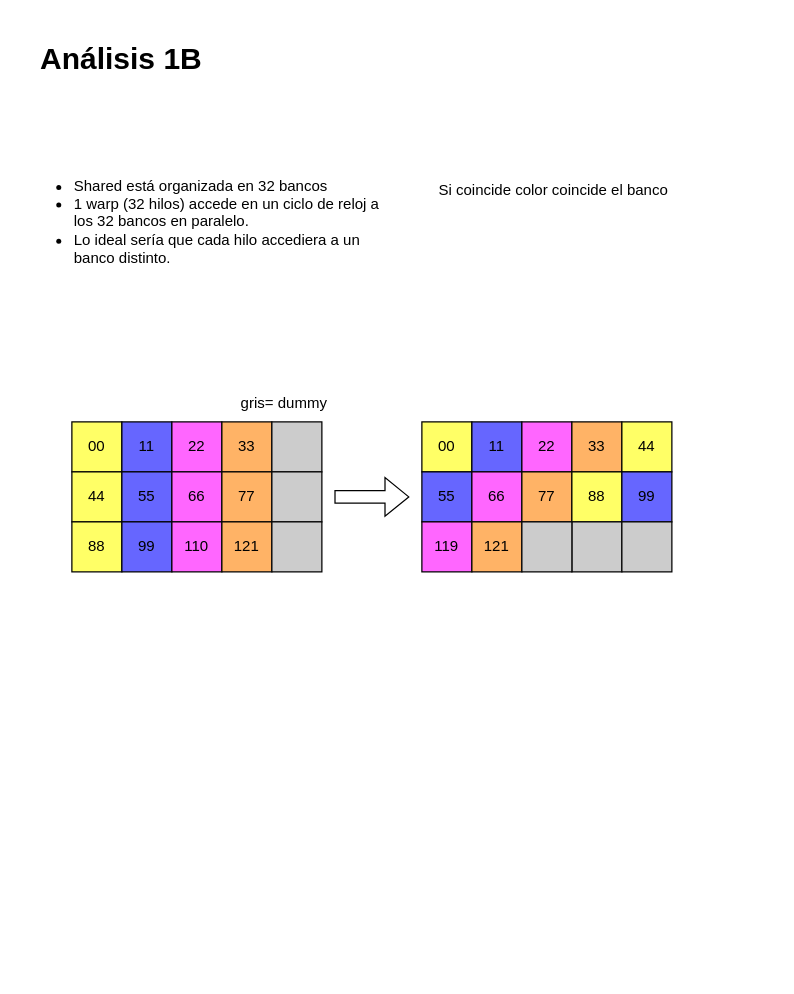
Above: practico4/diagramas/1b.drawio in aguMartinez/GPGPU_G26_2024 (draw.io), before the change. Source tidied: cells renumbered, new cells numbered last; positions are measured from the earlier drawing's top-left corner, leaving out a move shared by most shapes. Both pictures are drawn from the tidied source at 125%, with x=0, y=0 at pixel (21, 34).
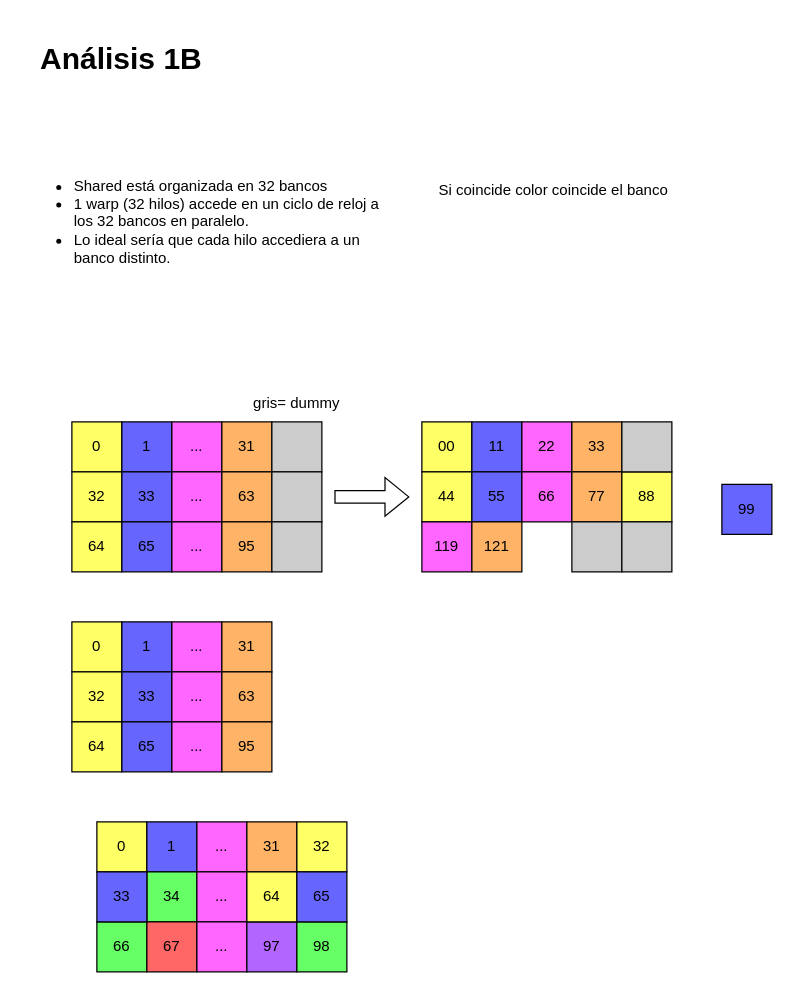
Above is the later version.

Diff of the diagram source:
```diff
@@
     <mxCell id="9" value="44" style="rounded=0;whiteSpace=wrap;html=1;fillColor=#FFFF66;" parent="1" vertex="1">
-      <mxGeometry x="480" y="310" width="40" height="40" as="geometry" />
+      <mxGeometry x="320" y="350" width="40" height="40" as="geometry" />
     </mxCell>
     <mxCell id="10" value="55" style="rounded=0;whiteSpace=wrap;html=1;fillColor=#6666FF;" parent="1" vertex="1">
-      <mxGeometry x="320" y="350" width="40" height="40" as="geometry" />
+      <mxGeometry x="360" y="350" width="40" height="40" as="geometry" />
     </mxCell>
     <mxCell id="11" value="66" style="rounded=0;whiteSpace=wrap;html=1;fillColor=#FF66FF;" parent="1" vertex="1">
-      <mxGeometry x="360" y="350" width="40" height="40" as="geometry" />
+      <mxGeometry x="400" y="350" width="40" height="40" as="geometry" />
     </mxCell>
     <mxCell id="12" value="77" style="rounded=0;whiteSpace=wrap;html=1;fillColor=#FFB366;" parent="1" vertex="1">
-      <mxGeometry x="400" y="350" width="40" height="40" as="geometry" />
+      <mxGeometry x="440" y="350" width="40" height="40" as="geometry" />
     </mxCell>
     <mxCell id="13" value="88" style="rounded=0;whiteSpace=wrap;html=1;fillColor=#FFFF66;" parent="1" vertex="1">
-      <mxGeometry x="440" y="350" width="40" height="40" as="geometry" />
+      <mxGeometry x="480" y="350" width="40" height="40" as="geometry" />
     </mxCell>
     <mxCell id="14" value="99" style="rounded=0;whiteSpace=wrap;html=1;fillColor=#6666FF;" parent="1" vertex="1">
-      <mxGeometry x="480" y="350" width="40" height="40" as="geometry" />
+      <mxGeometry x="560" y="360" width="40" height="40" as="geometry" />
     </mxCell>
@@
     <mxCell id="19" style="rounded=0;whiteSpace=wrap;html=1;fillColor=#CCCCCC;" parent="1" vertex="1">
-      <mxGeometry x="400" y="390" width="40" height="40" as="geometry" />
+      <mxGeometry x="480" y="310" width="40" height="40" as="geometry" />
     </mxCell>
-    <mxCell id="20" value="00" style="rounded=0;whiteSpace=wrap;html=1;fillColor=#FFFF66;" parent="1" vertex="1">
+    <mxCell id="20" value="0" style="rounded=0;whiteSpace=wrap;html=1;fillColor=#FFFF66;" parent="1" vertex="1">
       <mxGeometry x="40" y="310" width="40" height="40" as="geometry" />
     </mxCell>
-    <mxCell id="21" value="11" style="rounded=0;whiteSpace=wrap;html=1;fillColor=#6666FF;" parent="1" vertex="1">
+    <mxCell id="21" value="1" style="rounded=0;whiteSpace=wrap;html=1;fillColor=#6666FF;" parent="1" vertex="1">
       <mxGeometry x="80" y="310" width="40" height="40" as="geometry" />
     </mxCell>
-    <mxCell id="22" value="22" style="rounded=0;whiteSpace=wrap;html=1;fillColor=#FF66FF;" parent="1" vertex="1">
+    <mxCell id="22" value="..." style="rounded=0;whiteSpace=wrap;html=1;fillColor=#FF66FF;" parent="1" vertex="1">
       <mxGeometry x="120" y="310" width="40" height="40" as="geometry" />
     </mxCell>
-    <mxCell id="23" value="33" style="rounded=0;whiteSpace=wrap;html=1;fillColor=#FFB366;" parent="1" vertex="1">
+    <mxCell id="23" value="31" style="rounded=0;whiteSpace=wrap;html=1;fillColor=#FFB366;" parent="1" vertex="1">
       <mxGeometry x="160" y="310" width="40" height="40" as="geometry" />
     </mxCell>
-    <mxCell id="24" value="44" style="rounded=0;whiteSpace=wrap;html=1;fillColor=#FFFF66;" parent="1" vertex="1">
+    <mxCell id="24" value="32" style="rounded=0;whiteSpace=wrap;html=1;fillColor=#FFFF66;" parent="1" vertex="1">
       <mxGeometry x="40" y="350" width="40" height="40" as="geometry" />
     </mxCell>
-    <mxCell id="25" value="55" style="rounded=0;whiteSpace=wrap;html=1;fillColor=#6666FF;" parent="1" vertex="1">
+    <mxCell id="25" value="33" style="rounded=0;whiteSpace=wrap;html=1;fillColor=#6666FF;" parent="1" vertex="1">
       <mxGeometry x="80" y="350" width="40" height="40" as="geometry" />
     </mxCell>
-    <mxCell id="26" value="66" style="rounded=0;whiteSpace=wrap;html=1;fillColor=#FF66FF;" parent="1" vertex="1">
+    <mxCell id="26" value="..." style="rounded=0;whiteSpace=wrap;html=1;fillColor=#FF66FF;" parent="1" vertex="1">
       <mxGeometry x="120" y="350" width="40" height="40" as="geometry" />
     </mxCell>
-    <mxCell id="27" value="77" style="rounded=0;whiteSpace=wrap;html=1;fillColor=#FFB366;" parent="1" vertex="1">
+    <mxCell id="27" value="63" style="rounded=0;whiteSpace=wrap;html=1;fillColor=#FFB366;" parent="1" vertex="1">
       <mxGeometry x="160" y="350" width="40" height="40" as="geometry" />
     </mxCell>
-    <mxCell id="28" value="88" style="rounded=0;whiteSpace=wrap;html=1;fillColor=#FFFF66;" parent="1" vertex="1">
+    <mxCell id="28" value="64" style="rounded=0;whiteSpace=wrap;html=1;fillColor=#FFFF66;" parent="1" vertex="1">
       <mxGeometry x="40" y="390" width="40" height="40" as="geometry" />
     </mxCell>
-    <mxCell id="29" value="99" style="rounded=0;whiteSpace=wrap;html=1;fillColor=#6666FF;" parent="1" vertex="1">
+    <mxCell id="29" value="65" style="rounded=0;whiteSpace=wrap;html=1;fillColor=#6666FF;" parent="1" vertex="1">
       <mxGeometry x="80" y="390" width="40" height="40" as="geometry" />
     </mxCell>
-    <mxCell id="30" value="110" style="rounded=0;whiteSpace=wrap;html=1;fillColor=#FF66FF;" parent="1" vertex="1">
+    <mxCell id="30" value="..." style="rounded=0;whiteSpace=wrap;html=1;fillColor=#FF66FF;" parent="1" vertex="1">
       <mxGeometry x="120" y="390" width="40" height="40" as="geometry" />
     </mxCell>
-    <mxCell id="31" value="121" style="rounded=0;whiteSpace=wrap;html=1;fillColor=#FFB366;" parent="1" vertex="1">
+    <mxCell id="31" value="95" style="rounded=0;whiteSpace=wrap;html=1;fillColor=#FFB366;" parent="1" vertex="1">
       <mxGeometry x="160" y="390" width="40" height="40" as="geometry" />
     </mxCell>
@@
     <mxCell id="36" value="gris= dummy" style="text;html=1;strokeColor=none;fillColor=none;align=center;verticalAlign=middle;whiteSpace=wrap;rounded=0;" parent="1" vertex="1">
-      <mxGeometry x="160" y="280" width="100" height="30" as="geometry" />
+      <mxGeometry x="170" y="280" width="100" height="30" as="geometry" />
     </mxCell>
+    <mxCell id="37" value="0" style="rounded=0;whiteSpace=wrap;html=1;fillColor=#FFFF66;" parent="1" vertex="1">
+      <mxGeometry x="40" y="470" width="40" height="40" as="geometry" />
+    </mxCell>
+    <mxCell id="38" value="1" style="rounded=0;whiteSpace=wrap;html=1;fillColor=#6666FF;" parent="1" vertex="1">
+      <mxGeometry x="80" y="470" width="40" height="40" as="geometry" />
+    </mxCell>
+    <mxCell id="39" value="..." style="rounded=0;whiteSpace=wrap;html=1;fillColor=#FF66FF;" parent="1" vertex="1">
+      <mxGeometry x="120" y="470" width="40" height="40" as="geometry" />
+    </mxCell>
+    <mxCell id="40" value="31" style="rounded=0;whiteSpace=wrap;html=1;fillColor=#FFB366;" parent="1" vertex="1">
+      <mxGeometry x="160" y="470" width="40" height="40" as="geometry" />
+    </mxCell>
+    <mxCell id="41" value="32" style="rounded=0;whiteSpace=wrap;html=1;fillColor=#FFFF66;" parent="1" vertex="1">
+      <mxGeometry x="40" y="510" width="40" height="40" as="geometry" />
+    </mxCell>
+    <mxCell id="42" value="33" style="rounded=0;whiteSpace=wrap;html=1;fillColor=#6666FF;" parent="1" vertex="1">
+      <mxGeometry x="80" y="510" width="40" height="40" as="geometry" />
+    </mxCell>
+    <mxCell id="43" value="..." style="rounded=0;whiteSpace=wrap;html=1;fillColor=#FF66FF;" parent="1" vertex="1">
+      <mxGeometry x="120" y="510" width="40" height="40" as="geometry" />
+    </mxCell>
+    <mxCell id="44" value="63" style="rounded=0;whiteSpace=wrap;html=1;fillColor=#FFB366;" parent="1" vertex="1">
+      <mxGeometry x="160" y="510" width="40" height="40" as="geometry" />
+    </mxCell>
+    <mxCell id="45" value="64" style="rounded=0;whiteSpace=wrap;html=1;fillColor=#FFFF66;" parent="1" vertex="1">
+      <mxGeometry x="40" y="550" width="40" height="40" as="geometry" />
+    </mxCell>
+    <mxCell id="46" value="65" style="rounded=0;whiteSpace=wrap;html=1;fillColor=#6666FF;" parent="1" vertex="1">
+      <mxGeometry x="80" y="550" width="40" height="40" as="geometry" />
+    </mxCell>
+    <mxCell id="47" value="..." style="rounded=0;whiteSpace=wrap;html=1;fillColor=#FF66FF;" parent="1" vertex="1">
+      <mxGeometry x="120" y="550" width="40" height="40" as="geometry" />
+    </mxCell>
+    <mxCell id="48" value="95" style="rounded=0;whiteSpace=wrap;html=1;fillColor=#FFB366;" parent="1" vertex="1">
+      <mxGeometry x="160" y="550" width="40" height="40" as="geometry" />
+    </mxCell>
+    <mxCell id="49" value="0" style="rounded=0;whiteSpace=wrap;html=1;fillColor=#FFFF66;" parent="1" vertex="1">
+      <mxGeometry x="60" y="630" width="40" height="40" as="geometry" />
+    </mxCell>
+    <mxCell id="50" value="1" style="rounded=0;whiteSpace=wrap;html=1;fillColor=#6666FF;" parent="1" vertex="1">
+      <mxGeometry x="100" y="630" width="40" height="40" as="geometry" />
+    </mxCell>
+    <mxCell id="51" value="..." style="rounded=0;whiteSpace=wrap;html=1;fillColor=#FF66FF;" parent="1" vertex="1">
+      <mxGeometry x="140" y="630" width="40" height="40" as="geometry" />
+    </mxCell>
+    <mxCell id="52" value="31" style="rounded=0;whiteSpace=wrap;html=1;fillColor=#FFB366;" parent="1" vertex="1">
+      <mxGeometry x="180" y="630" width="40" height="40" as="geometry" />
+    </mxCell>
+    <mxCell id="53" value="34" style="rounded=0;whiteSpace=wrap;html=1;fillColor=#66FF66;" parent="1" vertex="1">
+      <mxGeometry x="100" y="670" width="40" height="40" as="geometry" />
+    </mxCell>
+    <mxCell id="54" value="..." style="rounded=0;whiteSpace=wrap;html=1;fillColor=#FF66FF;" parent="1" vertex="1">
+      <mxGeometry x="140" y="670" width="40" height="40" as="geometry" />
+    </mxCell>
+    <mxCell id="55" value="66" style="rounded=0;whiteSpace=wrap;html=1;fillColor=#66FF66;" parent="1" vertex="1">
+      <mxGeometry x="60" y="710" width="40" height="40" as="geometry" />
+    </mxCell>
+    <mxCell id="56" value="67" style="rounded=0;whiteSpace=wrap;html=1;fillColor=#FF6666;" parent="1" vertex="1">
+      <mxGeometry x="100" y="710" width="40" height="40" as="geometry" />
+    </mxCell>
+    <mxCell id="57" value="..." style="rounded=0;whiteSpace=wrap;html=1;fillColor=#FF66FF;" parent="1" vertex="1">
+      <mxGeometry x="140" y="710" width="40" height="40" as="geometry" />
+    </mxCell>
+    <mxCell id="58" value="97" style="rounded=0;whiteSpace=wrap;html=1;fillColor=#B266FF;" parent="1" vertex="1">
+      <mxGeometry x="180" y="710" width="40" height="40" as="geometry" />
+    </mxCell>
+    <mxCell id="59" value="98" style="rounded=0;whiteSpace=wrap;html=1;fillColor=#66FF66;" parent="1" vertex="1">
+      <mxGeometry x="220" y="710" width="40" height="40" as="geometry" />
+    </mxCell>
+    <mxCell id="60" value="64" style="rounded=0;whiteSpace=wrap;html=1;fillColor=#FFFF66;" parent="1" vertex="1">
+      <mxGeometry x="180" y="670" width="40" height="40" as="geometry" />
+    </mxCell>
+    <mxCell id="61" value="32" style="rounded=0;whiteSpace=wrap;html=1;fillColor=#FFFF66;" parent="1" vertex="1">
+      <mxGeometry x="220" y="630" width="40" height="40" as="geometry" />
+    </mxCell>
+    <mxCell id="62" value="33" style="rounded=0;whiteSpace=wrap;html=1;fillColor=#6666FF;" parent="1" vertex="1">
+      <mxGeometry x="60" y="670" width="40" height="40" as="geometry" />
+    </mxCell>
+    <mxCell id="63" value="65" style="rounded=0;whiteSpace=wrap;html=1;fillColor=#6666FF;" parent="1" vertex="1">
+      <mxGeometry x="220" y="670" width="40" height="40" as="geometry" />
+    </mxCell>
```
